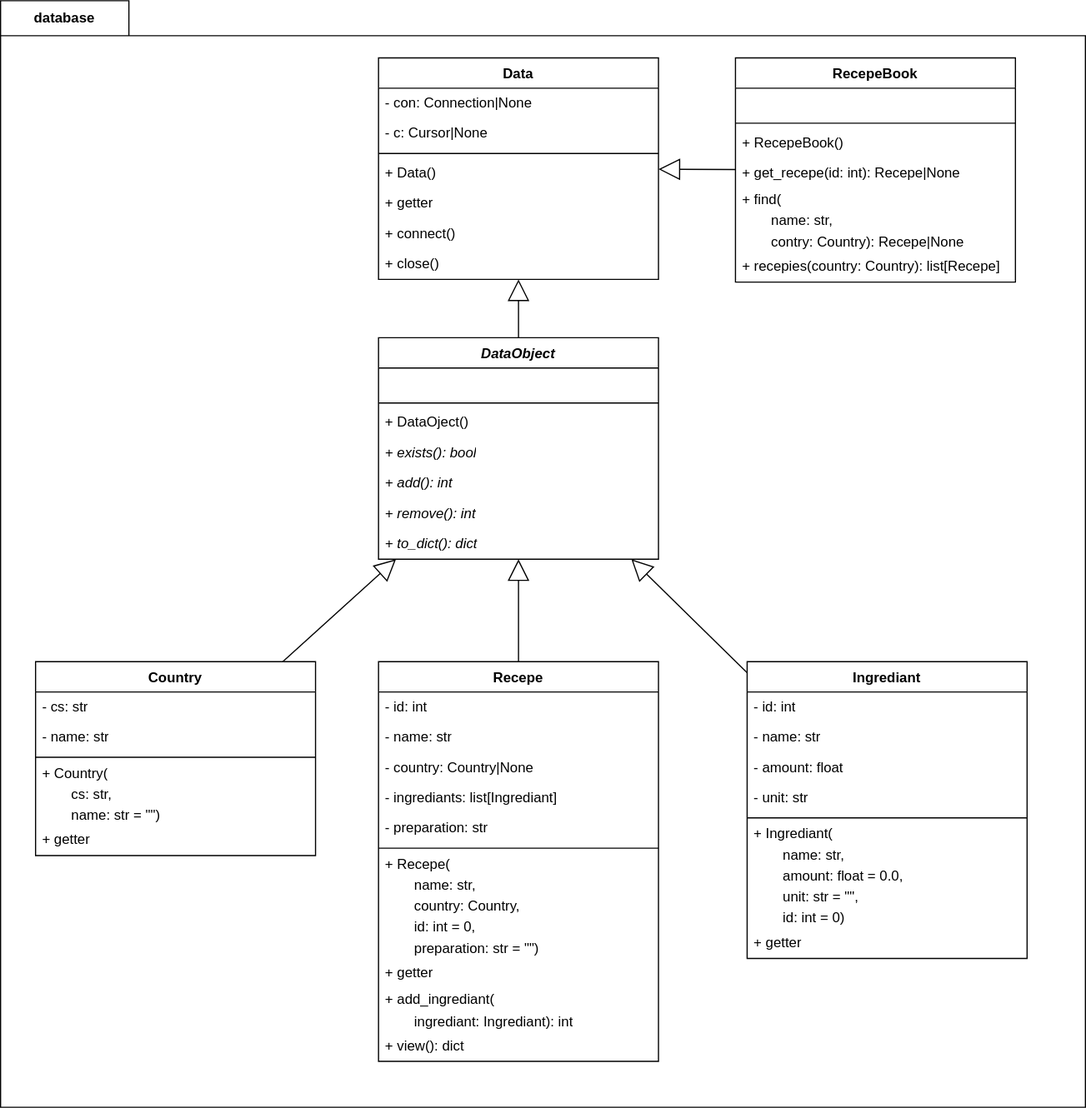
Above: docs/img/database.dio.svg in elma1989/ccb (draw.io), before the change. Source tidied: cells renumbered, new cells last; positions are measured from the earlier drawing's top-left corner, leaving out a move shared by most shapes.
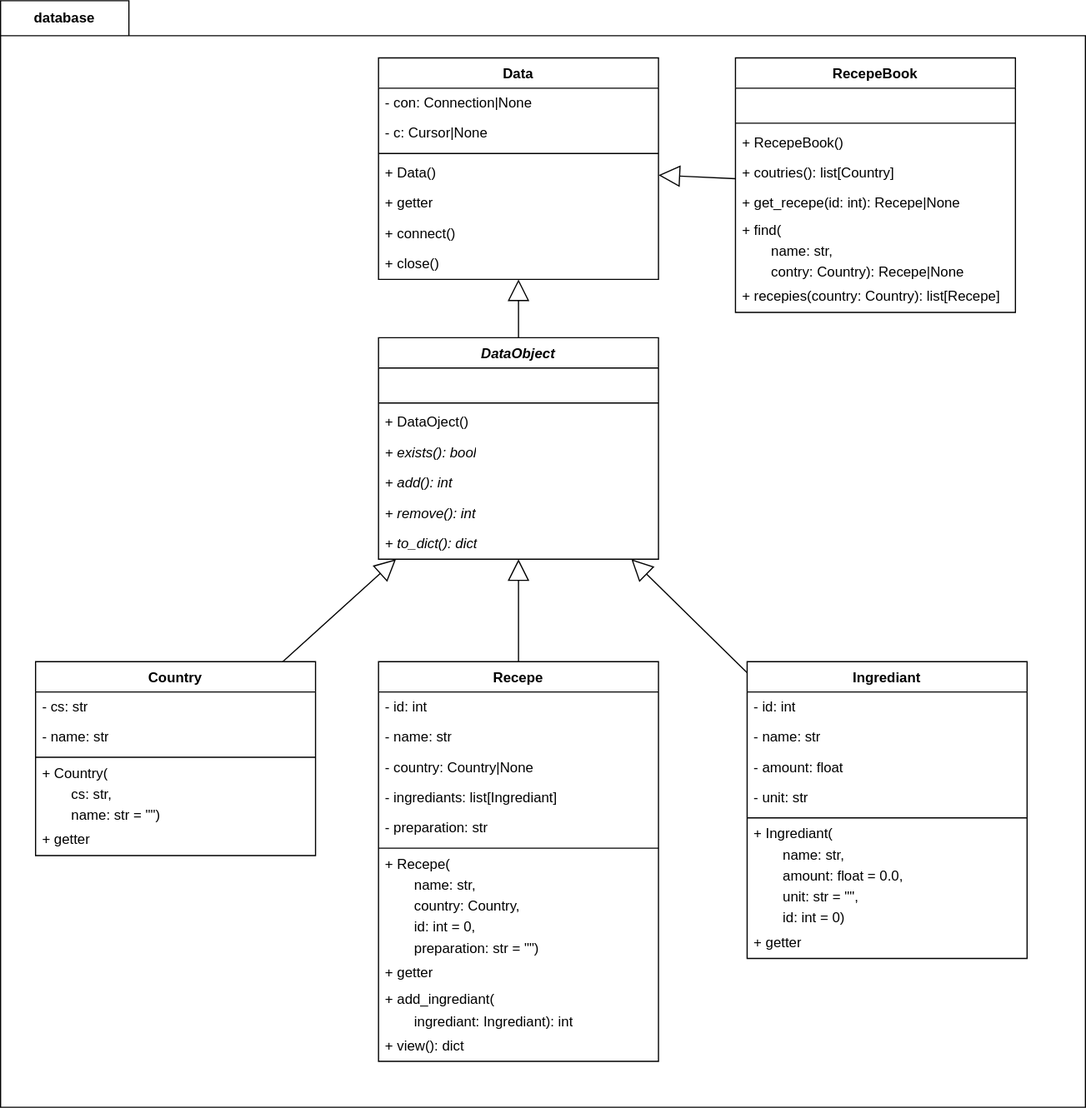
The same diagram one commit later.

The edit, as a diff of the source:
```diff
@@ -11,7 +11,7 @@
       </mxGeometry>
     </mxCell>
     <mxCell id="4" value="RecepeBook" style="swimlane;fontStyle=1;align=center;verticalAlign=top;horizontal=1;startSize=26;whiteSpace=wrap;html=1;" parent="1" vertex="1">
-      <mxGeometry x="630" y="49" width="240" height="192.3" as="geometry" />
+      <mxGeometry x="630" y="49" width="240" height="218.3" as="geometry" />
     </mxCell>
     <mxCell id="5" value="&amp;nbsp;" style="text;strokeColor=none;fillColor=none;align=left;verticalAlign=middle;spacingLeft=4;spacingRight=4;overflow=hidden;whiteSpace=wrap;html=1;" parent="4" vertex="1">
       <mxGeometry y="26" width="240" height="26" as="geometry" />
@@ -22,20 +22,23 @@
     <mxCell id="7" value="+ RecepeBook()" style="text;strokeColor=none;fillColor=none;align=left;verticalAlign=middle;spacingLeft=4;spacingRight=4;overflow=hidden;whiteSpace=wrap;html=1;" parent="4" vertex="1">
       <mxGeometry y="60" width="240" height="26" as="geometry" />
     </mxCell>
+    <mxCell id="70" value="+ coutries(): list[Country]" style="text;strokeColor=none;fillColor=none;align=left;verticalAlign=middle;spacingLeft=4;spacingRight=4;overflow=hidden;whiteSpace=wrap;html=1;" parent="4" vertex="1">
+      <mxGeometry y="86" width="240" height="26" as="geometry" />
+    </mxCell>
     <mxCell id="8" value="+ get_recepe(id: int): Recepe|None" style="text;strokeColor=none;fillColor=none;align=left;verticalAlign=middle;spacingLeft=4;spacingRight=4;overflow=hidden;whiteSpace=wrap;html=1;" parent="4" vertex="1">
-      <mxGeometry y="86" width="240" height="26" as="geometry" />
+      <mxGeometry y="112" width="240" height="26" as="geometry" />
     </mxCell>
     <mxCell id="9" value="+ find(" style="text;strokeColor=none;fillColor=none;align=left;verticalAlign=middle;spacingLeft=4;spacingRight=4;overflow=hidden;whiteSpace=wrap;html=1;" parent="4" vertex="1">
-      <mxGeometry y="112" width="240" height="18.1" as="geometry" />
+      <mxGeometry y="138" width="240" height="18.1" as="geometry" />
     </mxCell>
     <mxCell id="10" value="name: str," style="text;strokeColor=none;fillColor=none;align=left;verticalAlign=middle;spacingLeft=29.5275;spacingRight=4;overflow=hidden;whiteSpace=wrap;html=1;" parent="4" vertex="1">
-      <mxGeometry y="130.1" width="240" height="18.1" as="geometry" />
+      <mxGeometry y="156.1" width="240" height="18.1" as="geometry" />
     </mxCell>
     <mxCell id="11" value="contry: Country): Recepe|None" style="text;strokeColor=none;fillColor=none;align=left;verticalAlign=middle;spacingLeft=29.5275;spacingRight=4;overflow=hidden;whiteSpace=wrap;html=1;" parent="4" vertex="1">
-      <mxGeometry y="148.2" width="240" height="18.1" as="geometry" />
+      <mxGeometry y="174.2" width="240" height="18.1" as="geometry" />
     </mxCell>
     <mxCell id="12" value="+ recepies(country: Country): list[Recepe]" style="text;strokeColor=none;fillColor=none;align=left;verticalAlign=middle;spacingLeft=4;spacingRight=4;overflow=hidden;whiteSpace=wrap;html=1;" parent="4" vertex="1">
-      <mxGeometry y="166.3" width="240" height="26" as="geometry" />
+      <mxGeometry y="192.3" width="240" height="26" as="geometry" />
     </mxCell>
     <mxCell id="13" value="Data" style="swimlane;fontStyle=1;align=center;verticalAlign=top;horizontal=1;startSize=26;whiteSpace=wrap;html=1;" parent="1" vertex="1">
       <mxGeometry x="324" y="49" width="240" height="190" as="geometry" />
```
